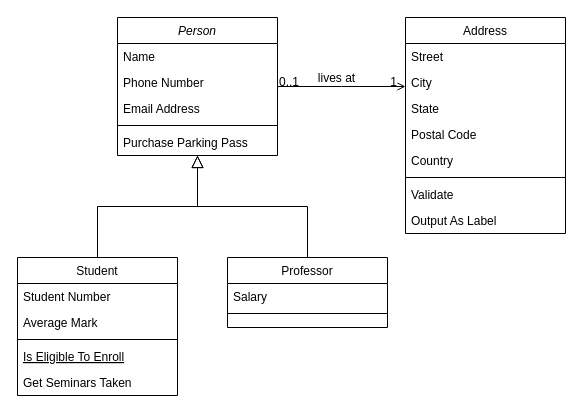
Earlier version of the draw.io diagram 未命名绘图2.drawio (DuanHY/drawio). Source tidied: cells renumbered, new cells numbered last; positions are measured from the earlier drawing's top-left corner, leaving out a move shared by most shapes. Both pictures are drawn from the tidied source at 100%, with x=0, y=0 at pixel (17, 17).
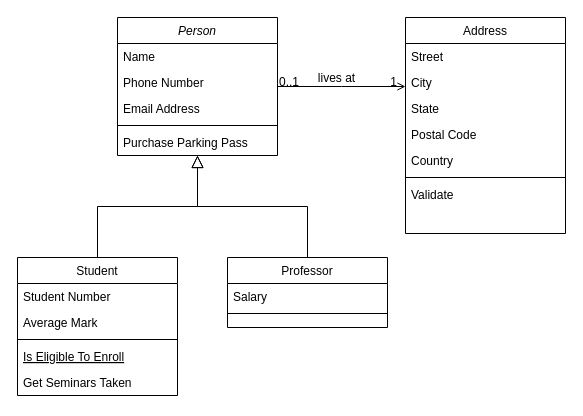
After the change.

The change refers to these unchanged cells:
```xml
<mxCell id="19" value="Address" style="swimlane;fontStyle=0;align=center;verticalAlign=top;horizontal=1;startSize=26;rounded=0;shadow=0;strokeWidth=1;" parent="1" vertex="1">
  <mxGeometry x="388" width="160" height="216" as="geometry" />
</mxCell>
```

What changed in the source:
```diff
@@
-    <mxCell id="27" value="Output As Label" style="text;align=left;verticalAlign=top;spacingLeft=4;spacingRight=4;overflow=hidden;" parent="19" vertex="1">
-      <mxGeometry y="190" width="160" height="26" as="geometry" />
-    </mxCell>
```
